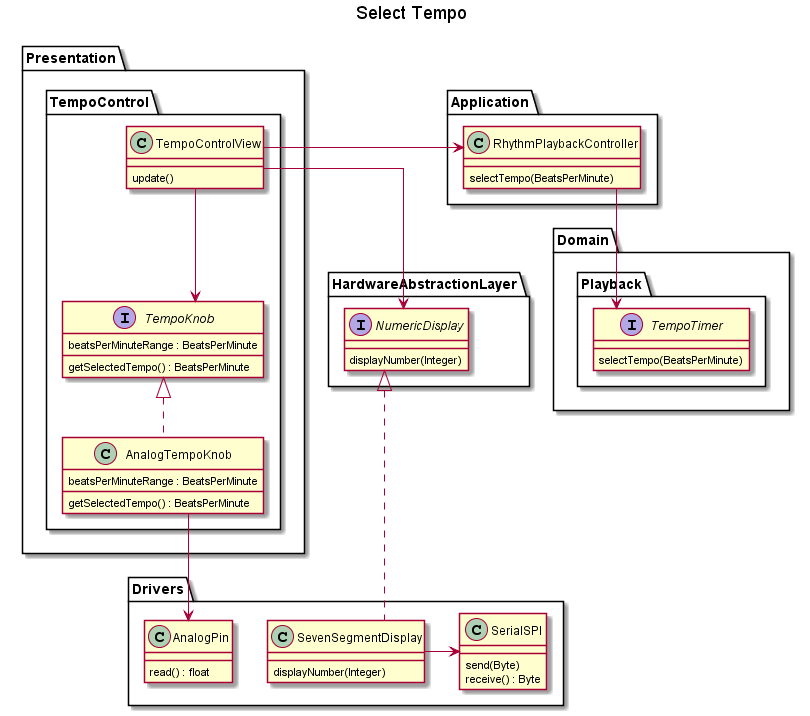
The PlantUML diagram doc/plantuml/img/class_diagrams/select_tempo.png in Warwolt/tr2k_drum_machine, before a commit.
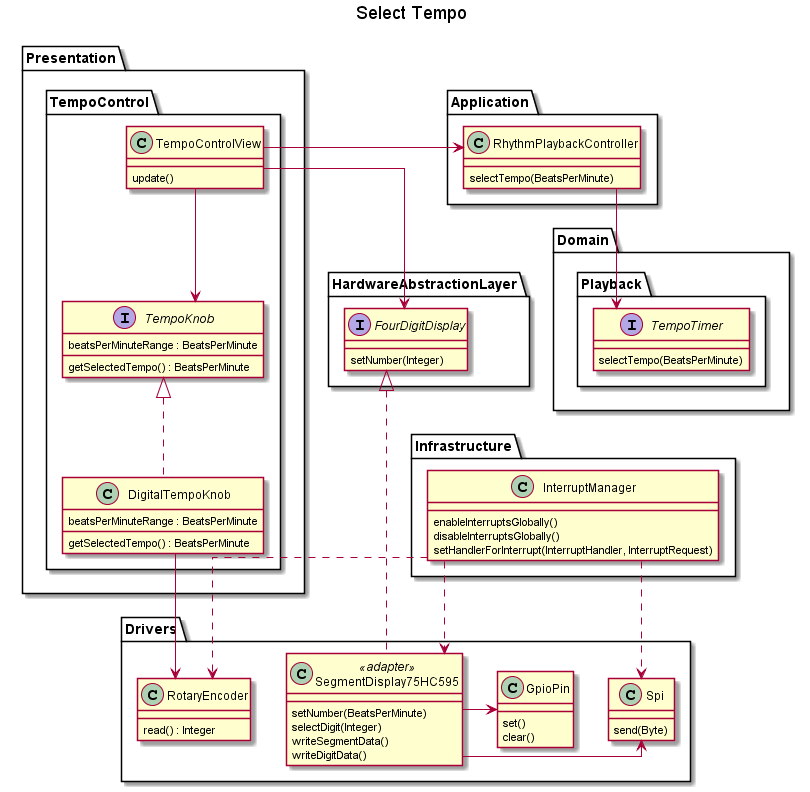
Later version of the same file.

Commit message:
Add uml class diagram sketch for tempo displaying

Diff of the diagram source:
```diff
@@ -21,7 +21,7 @@
 			getSelectedTempo() : BeatsPerMinute
 		}
 
-		class AnalogTempoKnob
+		class DigitalTempoKnob
 		{
 			beatsPerMinuteRange : BeatsPerMinute
 			getSelectedTempo() : BeatsPerMinute
@@ -50,44 +50,65 @@
 
 Package "HardwareAbstractionLayer"
 {
-	interface NumericDisplay
+	interface FourDigitDisplay
 	{
-		displayNumber(Integer)
+		setNumber(Integer)
 	}
 }
 
 Package "Drivers"
 {
-	class AnalogPin
+	class RotaryEncoder
 	{
-		read() : float
+		read() : Integer
 	}
 
-	class SevenSegmentDisplay
+	class SegmentDisplay75HC595 << adapter >>
 	{
-		displayNumber(Integer)
+		setNumber(BeatsPerMinute)
+		selectDigit(Integer)
+		writeSegmentData()
+		writeDigitData()
 	}
 
-	class SerialSPI
+	class Spi
 	{
 		send(Byte)
-		receive() : Byte
+	}
+
+	class GpioPin
+	{
+		set()
+		clear()
+	}
+}
+
+Package "Infrastructure"
+{
+	class InterruptManager
+	{
+		enableInterruptsGlobally()
+		disableInterruptsGlobally()
+		setHandlerForInterrupt(InterruptHandler, InterruptRequest)
 	}
 }
 
 
-TempoControlView -down-> NumericDisplay
+TempoControlView -down-> FourDigitDisplay
 TempoControlView -down-> TempoKnob
 TempoControlView -right-> RhythmPlaybackController
 
-TempoKnob <|.. AnalogTempoKnob
-AnalogTempoKnob -down-> AnalogPin
+TempoKnob <|.. DigitalTempoKnob
+DigitalTempoKnob -down-> RotaryEncoder
 
 RhythmPlaybackController -down-> TempoTimer
 
-NumericDisplay <|.. SevenSegmentDisplay
+FourDigitDisplay <|.. SegmentDisplay75HC595
+SegmentDisplay75HC595 -> Spi
+SegmentDisplay75HC595 -> GpioPin
 
-SevenSegmentDisplay -> SerialSPI
-
+InterruptManager ..> SegmentDisplay75HC595
+InterruptManager ..> RotaryEncoder
+InterruptManager ..> Spi
 
 @enduml
```
